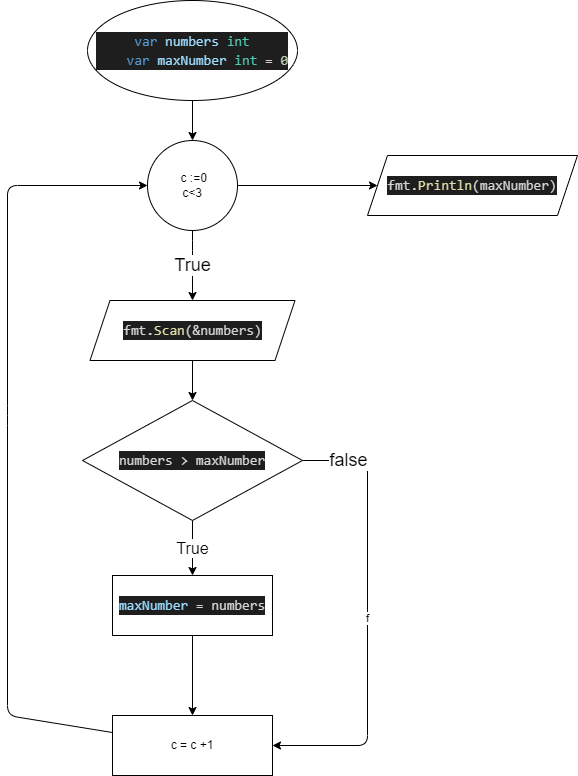
Before: maxNumber.drawio.png, a diagram exported from draw.io (Berouzze/Project1). Source tidied: cells renumbered, new cells last; positions are measured from the earlier drawing's top-left corner, leaving out a move shared by most shapes. The source it was exported from:
```xml
<mxGraphModel>
  <root>
    <mxCell id="0" />
    <mxCell id="1" parent="0" />
    <mxCell id="2" style="edgeStyle=none;html=1;" parent="1" edge="1" source="3" target="6">
      <mxGeometry relative="1" as="geometry" />
    </mxCell>
    <mxCell id="3" value="&lt;div style=&quot;color: rgb(212, 212, 212); background-color: rgb(30, 30, 30); font-family: Consolas, &amp;quot;Courier New&amp;quot;, monospace; font-size: 14px; line-height: 19px;&quot;&gt;&lt;div&gt;&lt;span style=&quot;color: #569cd6;&quot;&gt;var&lt;/span&gt; &lt;span style=&quot;color: #9cdcfe;&quot;&gt;numbers&lt;/span&gt; &lt;span style=&quot;color: #4ec9b0;&quot;&gt;int&lt;/span&gt;&lt;/div&gt;&lt;div&gt;&amp;nbsp; &amp;nbsp;&amp;nbsp;&lt;span style=&quot;color: rgb(86, 156, 214);&quot;&gt;var&lt;/span&gt;&lt;span style=&quot;&quot;&gt; &lt;/span&gt;&lt;span style=&quot;color: rgb(156, 220, 254);&quot;&gt;maxNumber&lt;/span&gt;&lt;span style=&quot;&quot;&gt; &lt;/span&gt;&lt;span style=&quot;color: rgb(78, 201, 176);&quot;&gt;int&lt;/span&gt;&lt;span style=&quot;&quot;&gt; = &lt;/span&gt;&lt;span style=&quot;color: rgb(181, 206, 168);&quot;&gt;0&lt;/span&gt;&lt;/div&gt;&lt;/div&gt;" style="ellipse;whiteSpace=wrap;html=1;" parent="1" vertex="1">
      <mxGeometry x="80" width="210" height="100" as="geometry" />
    </mxCell>
    <mxCell id="4" value="True" style="edgeStyle=none;html=1;fontSize=18;" parent="1" edge="1" source="6" target="17">
      <mxGeometry relative="1" as="geometry">
        <Array as="points">
          <mxPoint x="185" y="250" />
        </Array>
      </mxGeometry>
    </mxCell>
    <mxCell id="5" style="edgeStyle=none;html=1;entryX=0;entryY=0.5;entryDx=0;entryDy=0;fontSize=18;" parent="1" edge="1" source="6" target="15">
      <mxGeometry relative="1" as="geometry" />
    </mxCell>
    <mxCell id="6" value="&amp;nbsp;c :=0&lt;br&gt;c&amp;lt;3" style="ellipse;whiteSpace=wrap;html=1;" parent="1" vertex="1">
      <mxGeometry x="140" y="140" width="90" height="90" as="geometry" />
    </mxCell>
    <mxCell id="7" value="&lt;font size=&quot;3&quot;&gt;True&lt;/font&gt;" style="edgeStyle=none;html=1;" parent="1" edge="1" source="10" target="12">
      <mxGeometry relative="1" as="geometry" />
    </mxCell>
    <mxCell id="8" value="f" style="edgeStyle=none;html=1;entryX=1;entryY=0.5;entryDx=0;entryDy=0;" parent="1" edge="1" source="10" target="14">
      <mxGeometry relative="1" as="geometry">
        <Array as="points">
          <mxPoint x="360" y="460" />
          <mxPoint x="360" y="745" />
        </Array>
      </mxGeometry>
    </mxCell>
    <mxCell id="9" value="&lt;font style=&quot;font-size: 18px;&quot;&gt;false&lt;/font&gt;" style="edgeLabel;html=1;align=center;verticalAlign=middle;" parent="8" vertex="1">
      <mxGeometry x="-0.8" y="1" relative="1" as="geometry" />
    </mxCell>
    <mxCell id="10" value="&lt;div style=&quot;color: rgb(212, 212, 212); background-color: rgb(30, 30, 30); font-family: Consolas, &amp;quot;Courier New&amp;quot;, monospace; font-size: 14px; line-height: 19px;&quot;&gt;numbers &amp;gt; maxNumber&lt;br&gt;&lt;/div&gt;" style="rhombus;whiteSpace=wrap;html=1;" parent="1" vertex="1">
      <mxGeometry x="75" y="400" width="220" height="120" as="geometry" />
    </mxCell>
    <mxCell id="11" style="edgeStyle=none;html=1;" parent="1" edge="1" source="12" target="14">
      <mxGeometry relative="1" as="geometry" />
    </mxCell>
    <mxCell id="12" value="&lt;div style=&quot;color: rgb(212, 212, 212); background-color: rgb(30, 30, 30); font-family: Consolas, &amp;quot;Courier New&amp;quot;, monospace; font-size: 14px; line-height: 19px;&quot;&gt;&lt;span style=&quot;color: #9cdcfe;&quot;&gt;maxNumber&lt;/span&gt; = numbers&lt;/div&gt;" style="rounded=0;whiteSpace=wrap;html=1;" parent="1" vertex="1">
      <mxGeometry x="105" y="575" width="160" height="60" as="geometry" />
    </mxCell>
    <mxCell id="13" style="edgeStyle=none;html=1;fontSize=18;entryX=0;entryY=0.5;entryDx=0;entryDy=0;" parent="1" edge="1" source="14" target="6">
      <mxGeometry relative="1" as="geometry">
        <Array as="points">
          <mxPoint y="715" />
          <mxPoint y="415" />
          <mxPoint y="185" />
        </Array>
      </mxGeometry>
    </mxCell>
    <mxCell id="14" value="c = c +1" style="rounded=0;whiteSpace=wrap;html=1;" parent="1" vertex="1">
      <mxGeometry x="105" y="715" width="160" height="60" as="geometry" />
    </mxCell>
    <mxCell id="15" value="&lt;div style=&quot;color: rgb(212, 212, 212); background-color: rgb(30, 30, 30); font-family: Consolas, &amp;quot;Courier New&amp;quot;, monospace; font-size: 14px; line-height: 19px;&quot;&gt;fmt.&lt;span style=&quot;color: #dcdcaa;&quot;&gt;Println&lt;/span&gt;(maxNumber)&lt;/div&gt;" style="shape=parallelogram;perimeter=parallelogramPerimeter;whiteSpace=wrap;html=1;fixedSize=1;fontSize=18;" parent="1" vertex="1">
      <mxGeometry x="360" y="155" width="210" height="60" as="geometry" />
    </mxCell>
    <mxCell id="16" style="edgeStyle=none;html=1;exitX=0.5;exitY=1;exitDx=0;exitDy=0;entryX=0.5;entryY=0;entryDx=0;entryDy=0;fontSize=18;" parent="1" edge="1" source="17" target="10">
      <mxGeometry relative="1" as="geometry" />
    </mxCell>
    <mxCell id="17" value="&lt;div style=&quot;color: rgb(212, 212, 212); background-color: rgb(30, 30, 30); font-family: Consolas, &amp;quot;Courier New&amp;quot;, monospace; font-size: 14px; line-height: 19px;&quot;&gt;fmt.&lt;span style=&quot;color: #dcdcaa;&quot;&gt;Scan&lt;/span&gt;(&amp;amp;numbers)&lt;/div&gt;" style="shape=parallelogram;perimeter=parallelogramPerimeter;whiteSpace=wrap;html=1;fixedSize=1;fontSize=18;" parent="1" vertex="1">
      <mxGeometry x="82.5" y="300" width="205" height="60" as="geometry" />
    </mxCell>
  </root>
</mxGraphModel>
```
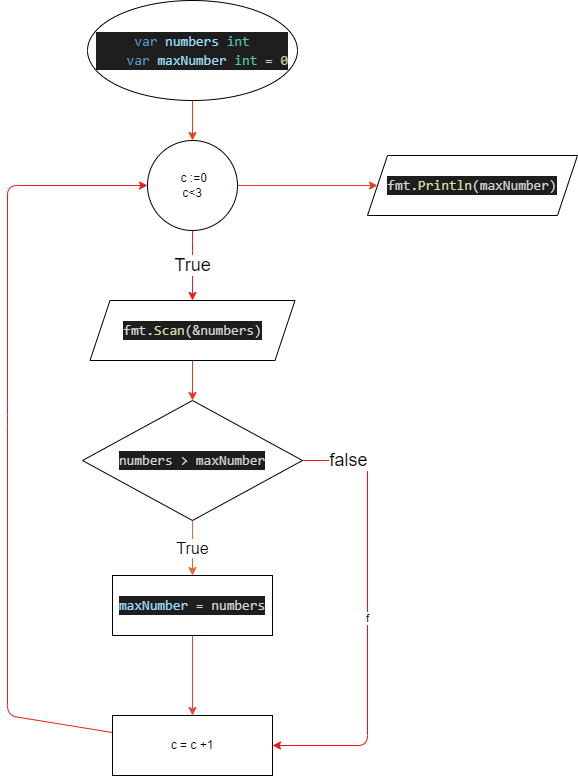
After the commit.

Commit message:
Редатировал цвет

What changed in the source:
```diff
@@ -2,29 +2,29 @@
   <root>
     <mxCell id="0" />
     <mxCell id="1" parent="0" />
-    <mxCell id="2" style="edgeStyle=none;html=1;" parent="1" edge="1" source="3" target="6">
+    <mxCell id="2" style="edgeStyle=none;html=1;strokeColor=#F03A16;fillColor=#0C1D1C;" parent="1" edge="1" source="3" target="6">
       <mxGeometry relative="1" as="geometry" />
     </mxCell>
     <mxCell id="3" value="&lt;div style=&quot;color: rgb(212, 212, 212); background-color: rgb(30, 30, 30); font-family: Consolas, &amp;quot;Courier New&amp;quot;, monospace; font-size: 14px; line-height: 19px;&quot;&gt;&lt;div&gt;&lt;span style=&quot;color: #569cd6;&quot;&gt;var&lt;/span&gt; &lt;span style=&quot;color: #9cdcfe;&quot;&gt;numbers&lt;/span&gt; &lt;span style=&quot;color: #4ec9b0;&quot;&gt;int&lt;/span&gt;&lt;/div&gt;&lt;div&gt;&amp;nbsp; &amp;nbsp;&amp;nbsp;&lt;span style=&quot;color: rgb(86, 156, 214);&quot;&gt;var&lt;/span&gt;&lt;span style=&quot;&quot;&gt; &lt;/span&gt;&lt;span style=&quot;color: rgb(156, 220, 254);&quot;&gt;maxNumber&lt;/span&gt;&lt;span style=&quot;&quot;&gt; &lt;/span&gt;&lt;span style=&quot;color: rgb(78, 201, 176);&quot;&gt;int&lt;/span&gt;&lt;span style=&quot;&quot;&gt; = &lt;/span&gt;&lt;span style=&quot;color: rgb(181, 206, 168);&quot;&gt;0&lt;/span&gt;&lt;/div&gt;&lt;/div&gt;" style="ellipse;whiteSpace=wrap;html=1;" parent="1" vertex="1">
       <mxGeometry x="80" width="210" height="100" as="geometry" />
     </mxCell>
-    <mxCell id="4" value="True" style="edgeStyle=none;html=1;fontSize=18;" parent="1" edge="1" source="6" target="17">
+    <mxCell id="4" value="True" style="edgeStyle=none;html=1;fontSize=18;strokeColor=#F01D16;" parent="1" edge="1" source="6" target="17">
       <mxGeometry relative="1" as="geometry">
         <Array as="points">
           <mxPoint x="185" y="250" />
         </Array>
       </mxGeometry>
     </mxCell>
-    <mxCell id="5" style="edgeStyle=none;html=1;entryX=0;entryY=0.5;entryDx=0;entryDy=0;fontSize=18;" parent="1" edge="1" source="6" target="15">
+    <mxCell id="5" style="edgeStyle=none;html=1;entryX=0;entryY=0.5;entryDx=0;entryDy=0;fontSize=18;strokeColor=#F0391D;" parent="1" edge="1" source="6" target="15">
       <mxGeometry relative="1" as="geometry" />
     </mxCell>
     <mxCell id="6" value="&amp;nbsp;c :=0&lt;br&gt;c&amp;lt;3" style="ellipse;whiteSpace=wrap;html=1;" parent="1" vertex="1">
       <mxGeometry x="140" y="140" width="90" height="90" as="geometry" />
     </mxCell>
-    <mxCell id="7" value="&lt;font size=&quot;3&quot;&gt;True&lt;/font&gt;" style="edgeStyle=none;html=1;" parent="1" edge="1" source="10" target="12">
+    <mxCell id="7" value="&lt;font size=&quot;3&quot;&gt;True&lt;/font&gt;" style="edgeStyle=none;html=1;strokeColor=#F06330;" parent="1" edge="1" source="10" target="12">
       <mxGeometry relative="1" as="geometry" />
     </mxCell>
-    <mxCell id="8" value="f" style="edgeStyle=none;html=1;entryX=1;entryY=0.5;entryDx=0;entryDy=0;" parent="1" edge="1" source="10" target="14">
+    <mxCell id="8" value="f" style="edgeStyle=none;html=1;entryX=1;entryY=0.5;entryDx=0;entryDy=0;strokeColor=#F0140C;" parent="1" edge="1" source="10" target="14">
       <mxGeometry relative="1" as="geometry">
         <Array as="points">
           <mxPoint x="360" y="460" />
@@ -38,13 +38,13 @@
     <mxCell id="10" value="&lt;div style=&quot;color: rgb(212, 212, 212); background-color: rgb(30, 30, 30); font-family: Consolas, &amp;quot;Courier New&amp;quot;, monospace; font-size: 14px; line-height: 19px;&quot;&gt;numbers &amp;gt; maxNumber&lt;br&gt;&lt;/div&gt;" style="rhombus;whiteSpace=wrap;html=1;" parent="1" vertex="1">
       <mxGeometry x="75" y="400" width="220" height="120" as="geometry" />
     </mxCell>
-    <mxCell id="11" style="edgeStyle=none;html=1;" parent="1" edge="1" source="12" target="14">
+    <mxCell id="11" style="edgeStyle=none;html=1;strokeColor=#F03F32;" parent="1" edge="1" source="12" target="14">
       <mxGeometry relative="1" as="geometry" />
     </mxCell>
     <mxCell id="12" value="&lt;div style=&quot;color: rgb(212, 212, 212); background-color: rgb(30, 30, 30); font-family: Consolas, &amp;quot;Courier New&amp;quot;, monospace; font-size: 14px; line-height: 19px;&quot;&gt;&lt;span style=&quot;color: #9cdcfe;&quot;&gt;maxNumber&lt;/span&gt; = numbers&lt;/div&gt;" style="rounded=0;whiteSpace=wrap;html=1;" parent="1" vertex="1">
       <mxGeometry x="105" y="575" width="160" height="60" as="geometry" />
     </mxCell>
-    <mxCell id="13" style="edgeStyle=none;html=1;fontSize=18;entryX=0;entryY=0.5;entryDx=0;entryDy=0;" parent="1" edge="1" source="14" target="6">
+    <mxCell id="13" style="edgeStyle=none;html=1;fontSize=18;entryX=0;entryY=0.5;entryDx=0;entryDy=0;strokeColor=#F01D1D;" parent="1" edge="1" source="14" target="6">
       <mxGeometry relative="1" as="geometry">
         <Array as="points">
           <mxPoint y="715" />
@@ -59,7 +59,7 @@
     <mxCell id="15" value="&lt;div style=&quot;color: rgb(212, 212, 212); background-color: rgb(30, 30, 30); font-family: Consolas, &amp;quot;Courier New&amp;quot;, monospace; font-size: 14px; line-height: 19px;&quot;&gt;fmt.&lt;span style=&quot;color: #dcdcaa;&quot;&gt;Println&lt;/span&gt;(maxNumber)&lt;/div&gt;" style="shape=parallelogram;perimeter=parallelogramPerimeter;whiteSpace=wrap;html=1;fixedSize=1;fontSize=18;" parent="1" vertex="1">
       <mxGeometry x="360" y="155" width="210" height="60" as="geometry" />
     </mxCell>
-    <mxCell id="16" style="edgeStyle=none;html=1;exitX=0.5;exitY=1;exitDx=0;exitDy=0;entryX=0.5;entryY=0;entryDx=0;entryDy=0;fontSize=18;" parent="1" edge="1" source="17" target="10">
+    <mxCell id="16" style="edgeStyle=none;html=1;exitX=0.5;exitY=1;exitDx=0;exitDy=0;entryX=0.5;entryY=0;entryDx=0;entryDy=0;fontSize=18;strokeColor=#F0341F;" parent="1" edge="1" source="17" target="10">
       <mxGeometry relative="1" as="geometry" />
     </mxCell>
     <mxCell id="17" value="&lt;div style=&quot;color: rgb(212, 212, 212); background-color: rgb(30, 30, 30); font-family: Consolas, &amp;quot;Courier New&amp;quot;, monospace; font-size: 14px; line-height: 19px;&quot;&gt;fmt.&lt;span style=&quot;color: #dcdcaa;&quot;&gt;Scan&lt;/span&gt;(&amp;amp;numbers)&lt;/div&gt;" style="shape=parallelogram;perimeter=parallelogramPerimeter;whiteSpace=wrap;html=1;fixedSize=1;fontSize=18;" parent="1" vertex="1">
```
